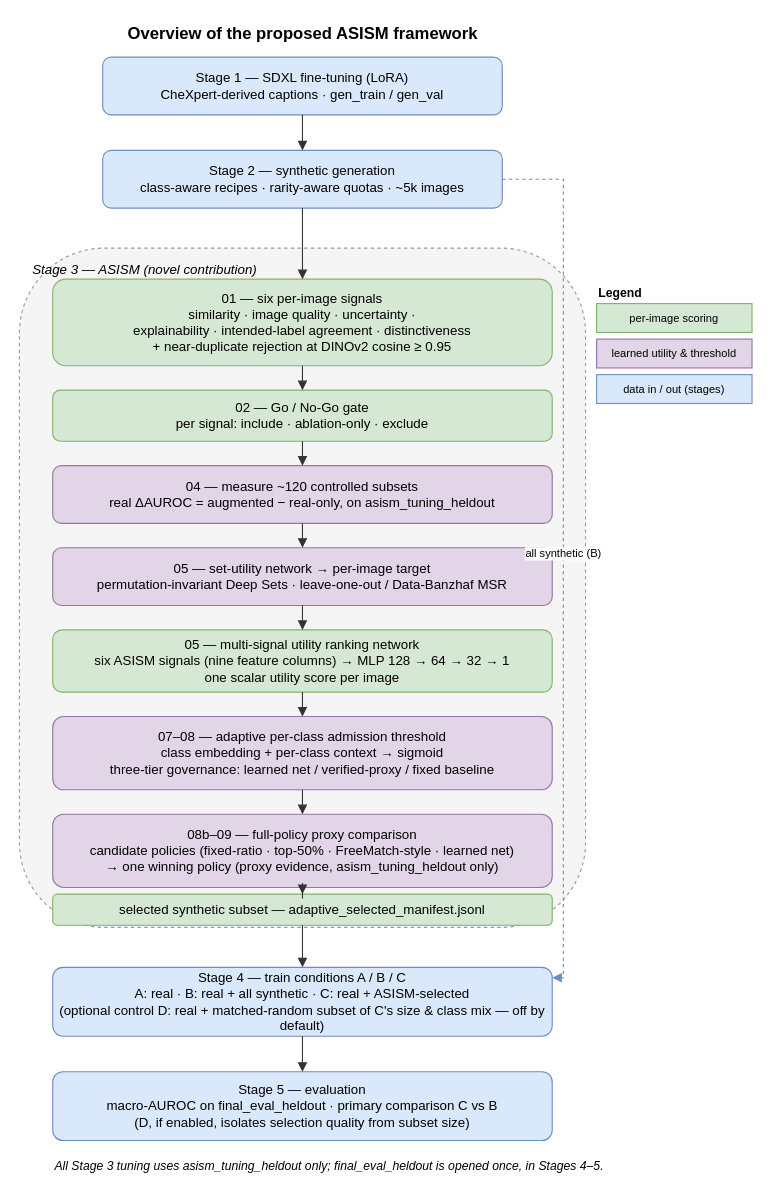
walaasoudy/adaptive-synthetic-image-selection keeps this draw.io diagram as page "ASISM framework" (1 of 2) of docs/asism_framework.drawio. Above is the earlier version. Source tidied: cells renumbered, new cells numbered last; positions are measured from the earlier drawing's top-left corner, leaving out a move shared by most shapes. Both pictures are drawn from the tidied source at 111%, with x=0, y=0 at pixel (19, 19).
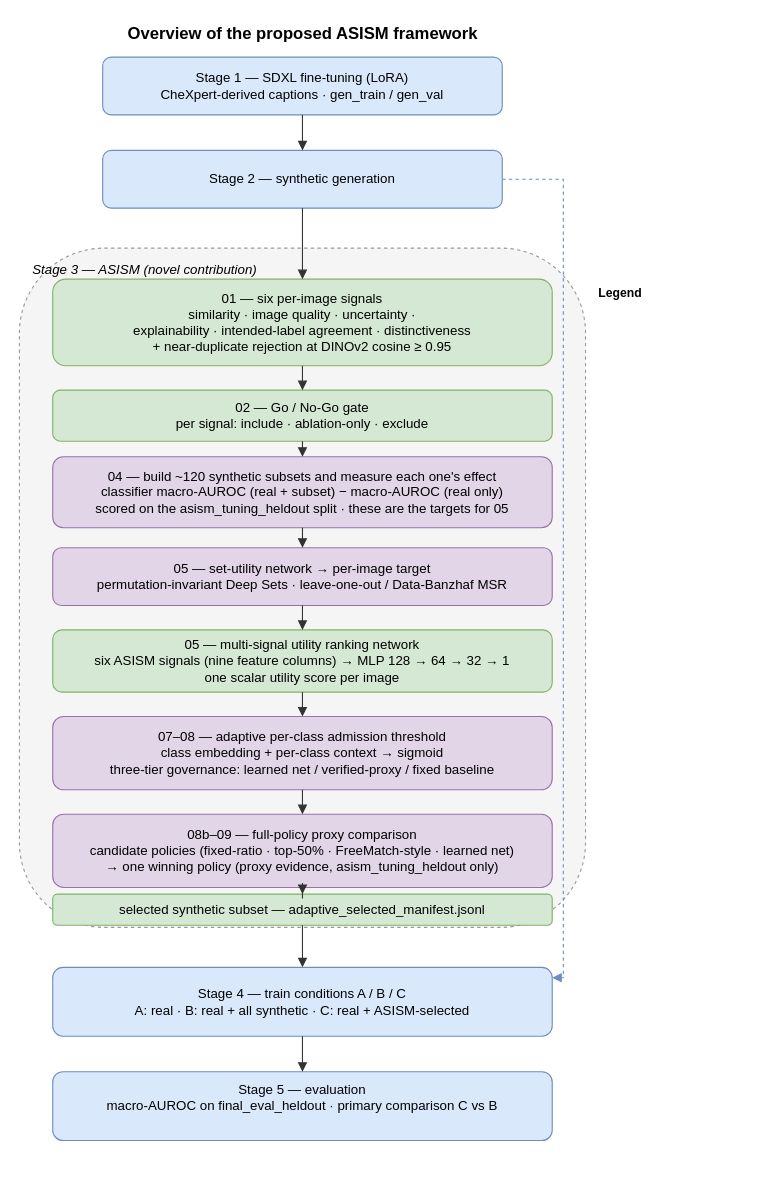
After the change.

Commit message:
Figure: reword step-04 box; add "simple overview" page to the draw.io [AI 100%]

Diff of the diagram source:
```diff
@@
-    <mxCell id="4" value="Stage 2 — synthetic generation&#10;class-aware recipes · rarity-aware quotas · ~5k images" style="rounded=1;whiteSpace=wrap;html=1;fillColor=#dae8fc;strokeColor=#6c8ebf;fontSize=12;" parent="1" vertex="1">
+    <mxCell id="4" value="Stage 2 — synthetic generation" style="rounded=1;whiteSpace=wrap;html=1;fillColor=#dae8fc;strokeColor=#6c8ebf;fontSize=12;" parent="1" vertex="1">
       <mxGeometry x="75" y="118" width="360" height="52" as="geometry" />
     </mxCell>
@@
-    <mxCell id="8" value="04 — measure ~120 controlled subsets&#10;real ΔAUROC = augmented − real-only, on asism_tuning_heldout" style="rounded=1;whiteSpace=wrap;html=1;fillColor=#e1d5e7;strokeColor=#9673a6;fontSize=12;" parent="1" vertex="1">
-      <mxGeometry x="30" y="402" width="450" height="52" as="geometry" />
+    <mxCell id="8" value="04 — build ~120 synthetic subsets and measure each one's effect&#10;classifier macro-AUROC (real + subset) − macro-AUROC (real only)&#10;scored on the asism_tuning_heldout split · these are the targets for 05" style="rounded=1;whiteSpace=wrap;html=1;fillColor=#e1d5e7;strokeColor=#9673a6;fontSize=12;" parent="1" vertex="1">
+      <mxGeometry x="30" y="394" width="450" height="64" as="geometry" />
     </mxCell>
@@
-    <mxCell id="14" value="Stage 4 — train conditions A / B / C&#10;A: real   ·   B: real + all synthetic   ·   C: real + ASISM-selected&#10;(optional control D: real + matched-random subset of C's size &amp; class mix — off by default)" style="rounded=1;whiteSpace=wrap;html=1;fillColor=#dae8fc;strokeColor=#6c8ebf;fontSize=12;" parent="1" vertex="1">
+    <mxCell id="14" value="Stage 4 — train conditions A / B / C&lt;br&gt;A: real   ·   B: real + all synthetic   ·   C: real + ASISM-selected" style="rounded=1;whiteSpace=wrap;html=1;fillColor=#dae8fc;strokeColor=#6c8ebf;fontSize=12;" parent="1" vertex="1">
       <mxGeometry x="30" y="854" width="450" height="62" as="geometry" />
     </mxCell>
-    <mxCell id="15" value="Stage 5 — evaluation&#10;macro-AUROC on final_eval_heldout · primary comparison C vs B&#10;(D, if enabled, isolates selection quality from subset size)" style="rounded=1;whiteSpace=wrap;html=1;fillColor=#dae8fc;strokeColor=#6c8ebf;fontSize=12;" parent="1" vertex="1">
+    <mxCell id="15" value="Stage 5 — evaluation&lt;br&gt;macro-AUROC on final_eval_heldout · primary comparison C vs B&lt;div&gt;&lt;br/&gt;&lt;/div&gt;" style="rounded=1;whiteSpace=wrap;html=1;fillColor=#dae8fc;strokeColor=#6c8ebf;fontSize=12;" parent="1" vertex="1">
       <mxGeometry x="30" y="948" width="450" height="62" as="geometry" />
     </mxCell>
-    <mxCell id="16" value="All Stage 3 tuning uses asism_tuning_heldout only; final_eval_heldout is opened once, in Stages 4–5." style="text;html=1;align=left;verticalAlign=top;fontSize=11;fontStyle=2;" parent="1" vertex="1">
-      <mxGeometry x="30" y="1020" width="450" height="30" as="geometry" />
-    </mxCell>
@@
-    <mxCell id="18" value="per-image scoring" style="rounded=0;whiteSpace=wrap;html=1;fillColor=#d5e8d4;strokeColor=#82b366;fontSize=10;" parent="1" vertex="1">
-      <mxGeometry x="520" y="256" width="140" height="26" as="geometry" />
-    </mxCell>
-    <mxCell id="19" value="learned utility &amp; threshold" style="rounded=0;whiteSpace=wrap;html=1;fillColor=#e1d5e7;strokeColor=#9673a6;fontSize=10;" parent="1" vertex="1">
-      <mxGeometry x="520" y="288" width="140" height="26" as="geometry" />
-    </mxCell>
-    <mxCell id="20" value="data in / out (stages)" style="rounded=0;whiteSpace=wrap;html=1;fillColor=#dae8fc;strokeColor=#6c8ebf;fontSize=10;" parent="1" vertex="1">
-      <mxGeometry x="520" y="320" width="140" height="26" as="geometry" />
-    </mxCell>
@@
-    <mxCell id="32" value="all synthetic (B)" style="edgeStyle=orthogonalEdgeStyle;rounded=0;html=1;endArrow=block;endFill=1;dashed=1;strokeColor=#6c8ebf;fontSize=10;exitX=1;exitY=0.5;entryX=1;entryY=0.15;" parent="1" edge="1" source="4" target="14">
+    <mxCell id="32" style="edgeStyle=orthogonalEdgeStyle;rounded=0;html=1;endArrow=block;endFill=1;dashed=1;strokeColor=#6c8ebf;fontSize=10;exitX=1;exitY=0.5;entryX=1;entryY=0.15;" parent="1" edge="1" source="4" target="14">
       <mxGeometry relative="1" as="geometry" />
     </mxCell>
```
